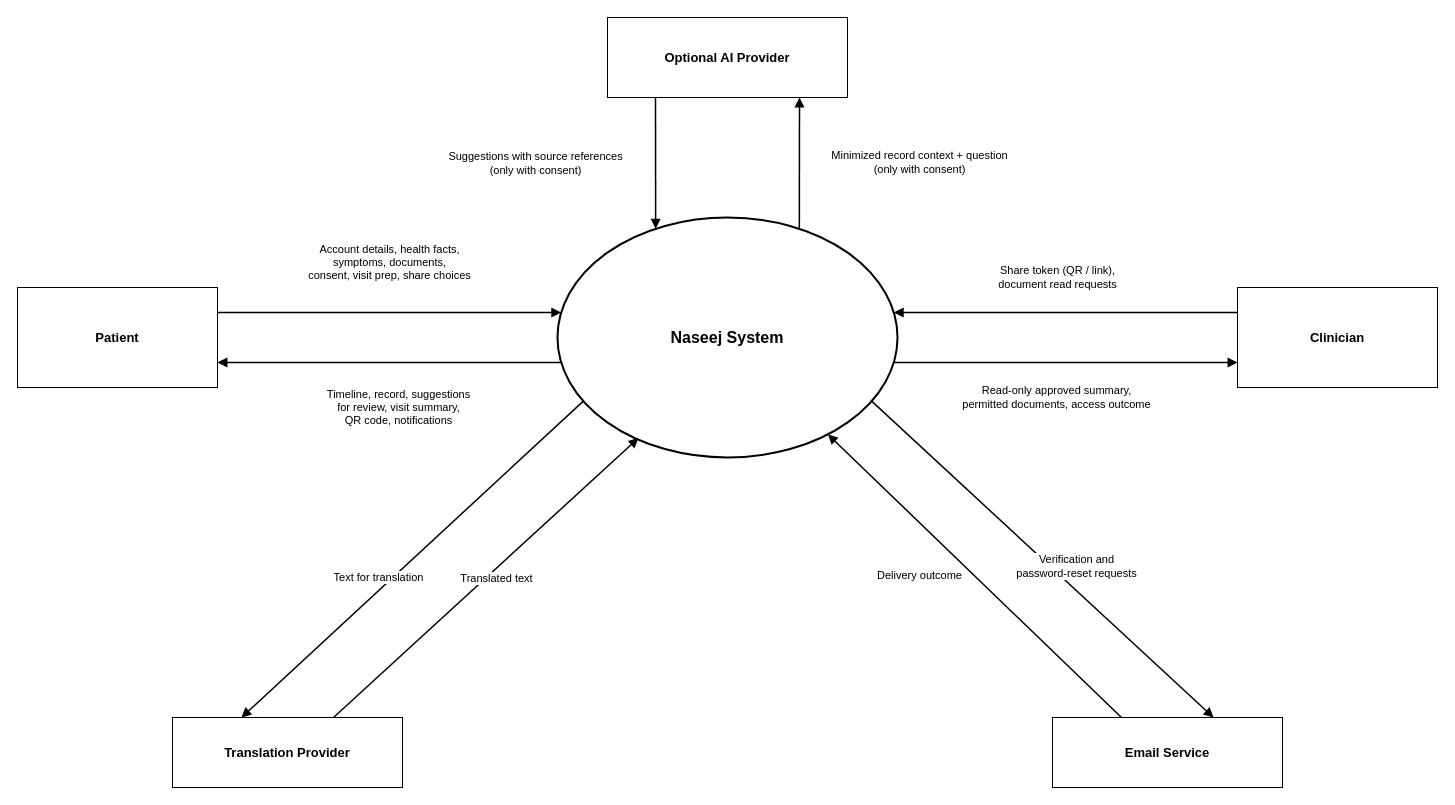
Above: docs/diagrams/source/context-diagram.drawio in haniyousrii18/NASEEJ (draw.io), before the change. Source tidied: cells renumbered, new cells numbered last; positions are measured from the earlier drawing's top-left corner, leaving out a move shared by most shapes. Both pictures are drawn from the tidied source at 100%, with x=0, y=0 at pixel (17, 17).
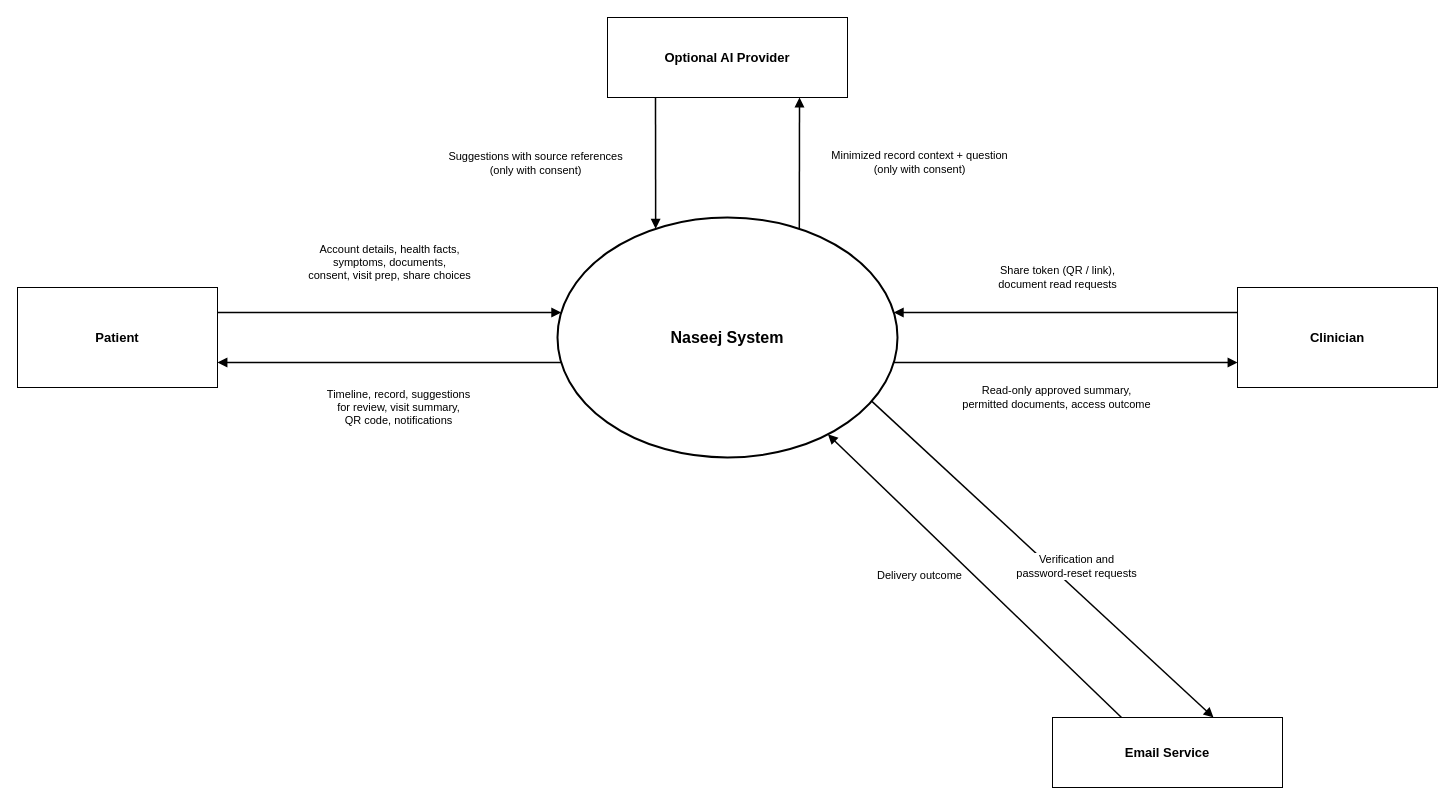
After the change.

Commit message (it also covers changes not shown here):
docs: make translation internal in the context diagram and DFD level 0

The change refers to these unchanged cells:
```xml
<mxCell id="2" value="Naseej System" style="ellipse;whiteSpace=wrap;html=1;fontStyle=1;fontSize=16;strokeWidth=2;" parent="1" vertex="1">
  <mxGeometry x="540" y="200" width="340" height="240" as="geometry" />
</mxCell>
```

What changed in the source:
```diff
@@
-    <mxCell id="6" value="Translation Provider" style="rounded=0;whiteSpace=wrap;html=1;fontStyle=1;fontSize=13;" parent="1" vertex="1">
-      <mxGeometry x="155" y="700" width="230" height="70" as="geometry" />
-    </mxCell>
@@
-    <mxCell id="14" value="Translated text" style="endArrow=block;endFill=1;html=1;rounded=0;labelBackgroundColor=#FFFFFF;fontSize=11;strokeWidth=1.5;exitX=0.7;exitY=0;exitDx=0;exitDy=0;entryX=0.238;entryY=0.919;entryDx=0;entryDy=0;exitPerimeter=0;entryPerimeter=0;" parent="1" edge="1" source="6" target="2">
-      <mxGeometry x="0.04" y="-8" relative="1" as="geometry">
-        <mxPoint x="-1" as="offset" />
-      </mxGeometry>
-    </mxCell>
-    <mxCell id="15" value="Text for translation" style="endArrow=block;endFill=1;html=1;rounded=0;labelBackgroundColor=#FFFFFF;fontSize=11;strokeWidth=1.5;exitX=0.076;exitY=0.765;exitDx=0;exitDy=0;entryX=0.3;entryY=0;entryDx=0;entryDy=0;exitPerimeter=0;entryPerimeter=0;" parent="1" edge="1" source="2" target="6">
-      <mxGeometry x="0.16" y="-10" relative="1" as="geometry" />
-    </mxCell>
```
